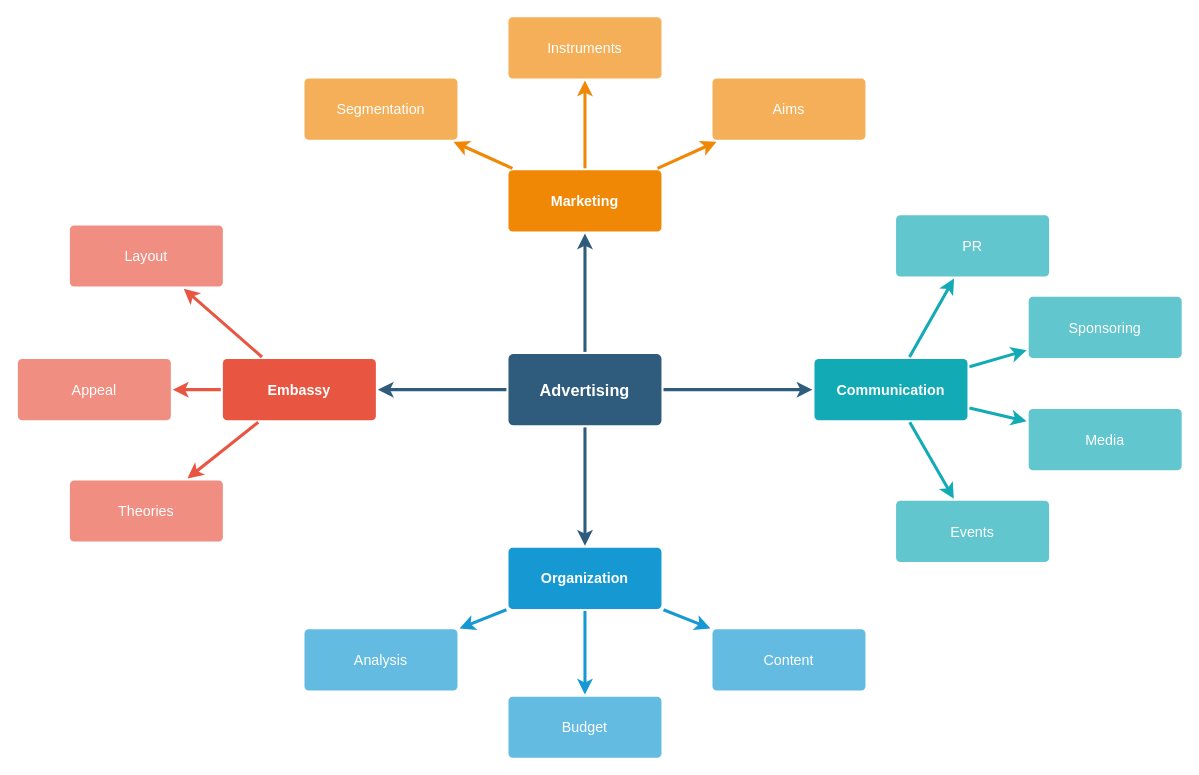
Above: Untitled Diagram.drawio in saiarun7/Cap_proj (draw.io), before the change. Source tidied: cells renumbered, new cells numbered last; positions are measured from the earlier drawing's top-left corner, leaving out a move shared by most shapes. Both pictures are drawn from the tidied source at 102%, with x=0, y=0 at pixel (17, 16).
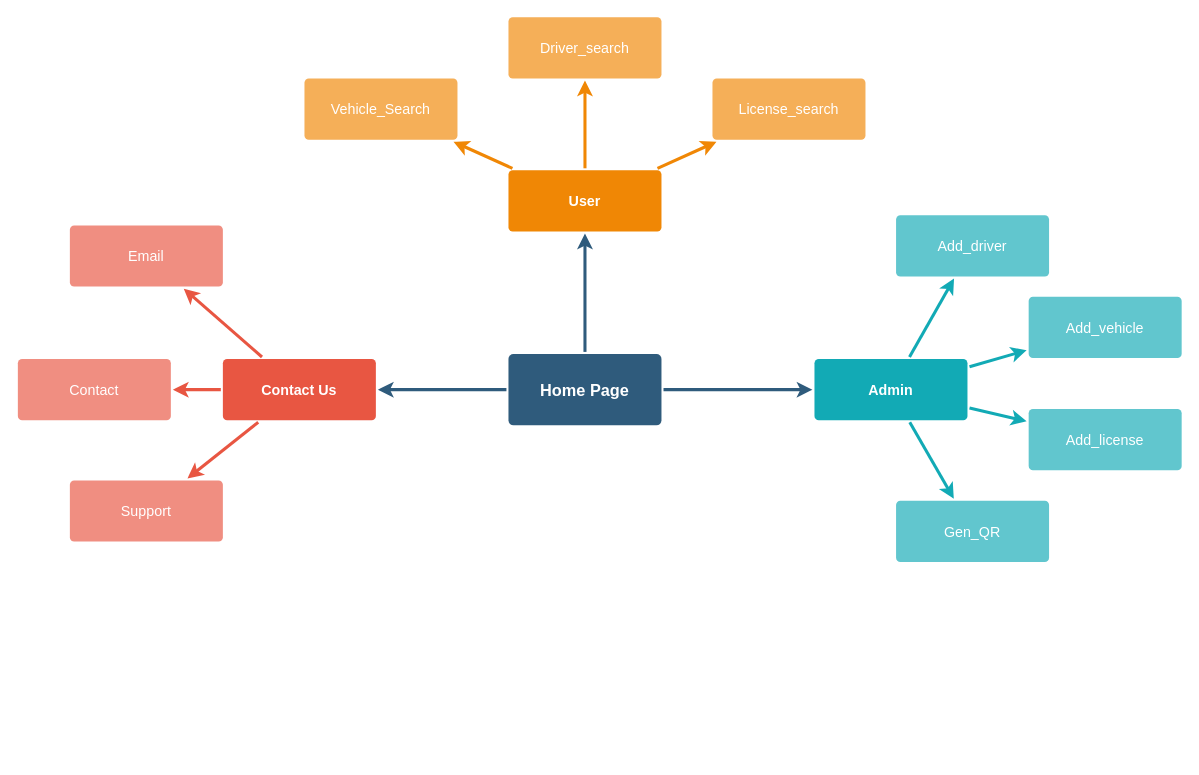
After the change.

The edit, as a diff of the source:
```diff
@@
-    <mxCell id="4" style="edgeStyle=none;rounded=0;jumpStyle=none;html=1;shadow=0;labelBackgroundColor=none;startArrow=none;startFill=0;endArrow=classic;endFill=1;jettySize=auto;strokeColor=#2F5B7C;strokeWidth=3;fontFamily=Helvetica;fontSize=16;fontColor=#23445D;spacing=5;" parent="1" edge="1" source="6" target="17">
-      <mxGeometry relative="1" as="geometry" />
-    </mxCell>
@@
-    <mxCell id="6" value="Advertising" style="rounded=1;whiteSpace=wrap;html=1;shadow=0;labelBackgroundColor=none;strokeColor=none;strokeWidth=3;fillColor=#2F5B7C;fontFamily=Helvetica;fontSize=16;fontColor=#FFFFFF;align=center;fontStyle=1;spacing=5;arcSize=7;perimeterSpacing=2;" parent="1" vertex="1">
+    <mxCell id="6" value="Home Page" style="rounded=1;whiteSpace=wrap;html=1;shadow=0;labelBackgroundColor=none;strokeColor=none;strokeWidth=3;fillColor=#2F5B7C;fontFamily=Helvetica;fontSize=16;fontColor=#FFFFFF;align=center;fontStyle=1;spacing=5;arcSize=7;perimeterSpacing=2;" parent="1" vertex="1">
       <mxGeometry x="481" y="330.5" width="150" height="70" as="geometry" />
     </mxCell>
@@
-    <mxCell id="10" value="Embassy" style="rounded=1;whiteSpace=wrap;html=1;shadow=0;labelBackgroundColor=none;strokeColor=none;strokeWidth=3;fillColor=#e85642;fontFamily=Helvetica;fontSize=14;fontColor=#FFFFFF;align=center;spacing=5;fontStyle=1;arcSize=7;perimeterSpacing=2;" parent="1" vertex="1">
+    <mxCell id="10" value="Contact Us" style="rounded=1;whiteSpace=wrap;html=1;shadow=0;labelBackgroundColor=none;strokeColor=none;strokeWidth=3;fillColor=#e85642;fontFamily=Helvetica;fontSize=14;fontColor=#FFFFFF;align=center;spacing=5;fontStyle=1;arcSize=7;perimeterSpacing=2;" parent="1" vertex="1">
       <mxGeometry x="201" y="335.5" width="150" height="60" as="geometry" />
     </mxCell>
-    <mxCell id="11" value="Theories" style="rounded=1;whiteSpace=wrap;html=1;shadow=0;labelBackgroundColor=none;strokeColor=none;strokeWidth=3;fillColor=#f08e81;fontFamily=Helvetica;fontSize=14;fontColor=#FFFFFF;align=center;spacing=5;fontStyle=0;arcSize=7;perimeterSpacing=2;" parent="1" vertex="1">
+    <mxCell id="11" value="Support" style="rounded=1;whiteSpace=wrap;html=1;shadow=0;labelBackgroundColor=none;strokeColor=none;strokeWidth=3;fillColor=#f08e81;fontFamily=Helvetica;fontSize=14;fontColor=#FFFFFF;align=center;spacing=5;fontStyle=0;arcSize=7;perimeterSpacing=2;" parent="1" vertex="1">
       <mxGeometry x="51" y="454.5" width="150" height="60" as="geometry" />
     </mxCell>
-    <mxCell id="12" value="Appeal" style="rounded=1;whiteSpace=wrap;html=1;shadow=0;labelBackgroundColor=none;strokeColor=none;strokeWidth=3;fillColor=#f08e81;fontFamily=Helvetica;fontSize=14;fontColor=#FFFFFF;align=center;spacing=5;fontStyle=0;arcSize=7;perimeterSpacing=2;" parent="1" vertex="1">
+    <mxCell id="12" value="Contact" style="rounded=1;whiteSpace=wrap;html=1;shadow=0;labelBackgroundColor=none;strokeColor=none;strokeWidth=3;fillColor=#f08e81;fontFamily=Helvetica;fontSize=14;fontColor=#FFFFFF;align=center;spacing=5;fontStyle=0;arcSize=7;perimeterSpacing=2;" parent="1" vertex="1">
       <mxGeometry y="335.5" width="150" height="60" as="geometry" />
     </mxCell>
-    <mxCell id="13" value="Layout" style="rounded=1;whiteSpace=wrap;html=1;shadow=0;labelBackgroundColor=none;strokeColor=none;strokeWidth=3;fillColor=#f08e81;fontFamily=Helvetica;fontSize=14;fontColor=#FFFFFF;align=center;spacing=5;fontStyle=0;arcSize=7;perimeterSpacing=2;" parent="1" vertex="1">
+    <mxCell id="13" value="Email" style="rounded=1;whiteSpace=wrap;html=1;shadow=0;labelBackgroundColor=none;strokeColor=none;strokeWidth=3;fillColor=#f08e81;fontFamily=Helvetica;fontSize=14;fontColor=#FFFFFF;align=center;spacing=5;fontStyle=0;arcSize=7;perimeterSpacing=2;" parent="1" vertex="1">
       <mxGeometry x="51" y="204.5" width="150" height="60" as="geometry" />
     </mxCell>
-    <mxCell id="14" style="edgeStyle=none;rounded=0;jumpStyle=none;html=1;shadow=0;labelBackgroundColor=none;startArrow=none;startFill=0;endArrow=classic;endFill=1;jettySize=auto;strokeColor=#1699D3;strokeWidth=3;fontFamily=Helvetica;fontSize=14;fontColor=#FFFFFF;spacing=5;" parent="1" edge="1" source="17" target="20">
-      <mxGeometry relative="1" as="geometry" />
-    </mxCell>
-    <mxCell id="15" style="edgeStyle=none;rounded=0;jumpStyle=none;html=1;shadow=0;labelBackgroundColor=none;startArrow=none;startFill=0;endArrow=classic;endFill=1;jettySize=auto;strokeColor=#1699D3;strokeWidth=3;fontFamily=Helvetica;fontSize=14;fontColor=#FFFFFF;spacing=5;" parent="1" edge="1" source="17" target="19">
-      <mxGeometry relative="1" as="geometry" />
-    </mxCell>
-    <mxCell id="16" style="edgeStyle=none;rounded=0;jumpStyle=none;html=1;shadow=0;labelBackgroundColor=none;startArrow=none;startFill=0;endArrow=classic;endFill=1;jettySize=auto;strokeColor=#1699D3;strokeWidth=3;fontFamily=Helvetica;fontSize=14;fontColor=#FFFFFF;spacing=5;" parent="1" edge="1" source="17" target="18">
-      <mxGeometry relative="1" as="geometry" />
-    </mxCell>
-    <mxCell id="17" value="Organization" style="rounded=1;whiteSpace=wrap;html=1;shadow=0;labelBackgroundColor=none;strokeColor=none;strokeWidth=3;fillColor=#1699d3;fontFamily=Helvetica;fontSize=14;fontColor=#FFFFFF;align=center;spacing=5;fontStyle=1;arcSize=7;perimeterSpacing=2;" parent="1" vertex="1">
-      <mxGeometry x="481" y="520.5" width="150" height="60" as="geometry" />
-    </mxCell>
-    <mxCell id="18" value="Content" style="rounded=1;whiteSpace=wrap;html=1;shadow=0;labelBackgroundColor=none;strokeColor=none;strokeWidth=3;fillColor=#64bbe2;fontFamily=Helvetica;fontSize=14;fontColor=#FFFFFF;align=center;spacing=5;arcSize=7;perimeterSpacing=2;" parent="1" vertex="1">
-      <mxGeometry x="681" y="600.5" width="150" height="60" as="geometry" />
-    </mxCell>
-    <mxCell id="19" value="Budget" style="rounded=1;whiteSpace=wrap;html=1;shadow=0;labelBackgroundColor=none;strokeColor=none;strokeWidth=3;fillColor=#64bbe2;fontFamily=Helvetica;fontSize=14;fontColor=#FFFFFF;align=center;spacing=5;arcSize=7;perimeterSpacing=2;" parent="1" vertex="1">
-      <mxGeometry x="481" y="666.5" width="150" height="60" as="geometry" />
-    </mxCell>
-    <mxCell id="20" value="Analysis" style="rounded=1;whiteSpace=wrap;html=1;shadow=0;labelBackgroundColor=none;strokeColor=none;strokeWidth=3;fillColor=#64bbe2;fontFamily=Helvetica;fontSize=14;fontColor=#FFFFFF;align=center;spacing=5;arcSize=7;perimeterSpacing=2;" parent="1" vertex="1">
-      <mxGeometry x="281" y="600.5" width="150" height="60" as="geometry" />
-    </mxCell>
-    <mxCell id="21" value="Marketing" style="rounded=1;whiteSpace=wrap;html=1;shadow=0;labelBackgroundColor=none;strokeColor=none;strokeWidth=3;fillColor=#F08705;fontFamily=Helvetica;fontSize=14;fontColor=#FFFFFF;align=center;spacing=5;fontStyle=1;arcSize=7;perimeterSpacing=2;" parent="1" vertex="1">
+    <mxCell id="21" value="User" style="rounded=1;whiteSpace=wrap;html=1;shadow=0;labelBackgroundColor=none;strokeColor=none;strokeWidth=3;fillColor=#F08705;fontFamily=Helvetica;fontSize=14;fontColor=#FFFFFF;align=center;spacing=5;fontStyle=1;arcSize=7;perimeterSpacing=2;" parent="1" vertex="1">
       <mxGeometry x="481" y="150.5" width="150" height="60" as="geometry" />
     </mxCell>
-    <mxCell id="22" value="Aims&lt;br&gt;" style="rounded=1;whiteSpace=wrap;html=1;shadow=0;labelBackgroundColor=none;strokeColor=none;strokeWidth=3;fillColor=#f5af58;fontFamily=Helvetica;fontSize=14;fontColor=#FFFFFF;align=center;spacing=5;arcSize=7;perimeterSpacing=2;" parent="1" vertex="1">
+    <mxCell id="22" value="License_search" style="rounded=1;whiteSpace=wrap;html=1;shadow=0;labelBackgroundColor=none;strokeColor=none;strokeWidth=3;fillColor=#f5af58;fontFamily=Helvetica;fontSize=14;fontColor=#FFFFFF;align=center;spacing=5;arcSize=7;perimeterSpacing=2;" parent="1" vertex="1">
       <mxGeometry x="681" y="60.5" width="150" height="60" as="geometry" />
     </mxCell>
@@
-    <mxCell id="24" value="Instruments" style="rounded=1;whiteSpace=wrap;html=1;shadow=0;labelBackgroundColor=none;strokeColor=none;strokeWidth=3;fillColor=#f5af58;fontFamily=Helvetica;fontSize=14;fontColor=#FFFFFF;align=center;spacing=5;arcSize=7;perimeterSpacing=2;" parent="1" vertex="1">
+    <mxCell id="24" value="Driver_search" style="rounded=1;whiteSpace=wrap;html=1;shadow=0;labelBackgroundColor=none;strokeColor=none;strokeWidth=3;fillColor=#f5af58;fontFamily=Helvetica;fontSize=14;fontColor=#FFFFFF;align=center;spacing=5;arcSize=7;perimeterSpacing=2;" parent="1" vertex="1">
       <mxGeometry x="481" y="0.5" width="150" height="60" as="geometry" />
     </mxCell>
@@
-    <mxCell id="26" value="Segmentation" style="rounded=1;whiteSpace=wrap;html=1;shadow=0;labelBackgroundColor=none;strokeColor=none;strokeWidth=3;fillColor=#f5af58;fontFamily=Helvetica;fontSize=14;fontColor=#FFFFFF;align=center;spacing=5;arcSize=7;perimeterSpacing=2;" parent="1" vertex="1">
+    <mxCell id="26" value="Vehicle_Search" style="rounded=1;whiteSpace=wrap;html=1;shadow=0;labelBackgroundColor=none;strokeColor=none;strokeWidth=3;fillColor=#f5af58;fontFamily=Helvetica;fontSize=14;fontColor=#FFFFFF;align=center;spacing=5;arcSize=7;perimeterSpacing=2;" parent="1" vertex="1">
       <mxGeometry x="281" y="60.5" width="150" height="60" as="geometry" />
     </mxCell>
@@
-    <mxCell id="28" value="Communication" style="rounded=1;whiteSpace=wrap;html=1;shadow=0;labelBackgroundColor=none;strokeColor=none;strokeWidth=3;fillColor=#12aab5;fontFamily=Helvetica;fontSize=14;fontColor=#FFFFFF;align=center;spacing=5;fontStyle=1;arcSize=7;perimeterSpacing=2;" parent="1" vertex="1">
+    <mxCell id="28" value="Admin" style="rounded=1;whiteSpace=wrap;html=1;shadow=0;labelBackgroundColor=none;strokeColor=none;strokeWidth=3;fillColor=#12aab5;fontFamily=Helvetica;fontSize=14;fontColor=#FFFFFF;align=center;spacing=5;fontStyle=1;arcSize=7;perimeterSpacing=2;" parent="1" vertex="1">
       <mxGeometry x="781" y="335.5" width="150" height="60" as="geometry" />
     </mxCell>
-    <mxCell id="29" value="Events" style="rounded=1;whiteSpace=wrap;html=1;shadow=0;labelBackgroundColor=none;strokeColor=none;strokeWidth=3;fillColor=#61c6ce;fontFamily=Helvetica;fontSize=14;fontColor=#FFFFFF;align=center;spacing=5;fontStyle=0;arcSize=7;perimeterSpacing=2;" parent="1" vertex="1">
+    <mxCell id="29" value="Gen_QR" style="rounded=1;whiteSpace=wrap;html=1;shadow=0;labelBackgroundColor=none;strokeColor=none;strokeWidth=3;fillColor=#61c6ce;fontFamily=Helvetica;fontSize=14;fontColor=#FFFFFF;align=center;spacing=5;fontStyle=0;arcSize=7;perimeterSpacing=2;" parent="1" vertex="1">
       <mxGeometry x="861" y="474.5" width="150" height="60" as="geometry" />
     </mxCell>
@@
-    <mxCell id="31" value="Media" style="rounded=1;whiteSpace=wrap;html=1;shadow=0;labelBackgroundColor=none;strokeColor=none;strokeWidth=3;fillColor=#61c6ce;fontFamily=Helvetica;fontSize=14;fontColor=#FFFFFF;align=center;spacing=5;fontStyle=0;arcSize=7;perimeterSpacing=2;" parent="1" vertex="1">
+    <mxCell id="31" value="Add_license" style="rounded=1;whiteSpace=wrap;html=1;shadow=0;labelBackgroundColor=none;strokeColor=none;strokeWidth=3;fillColor=#61c6ce;fontFamily=Helvetica;fontSize=14;fontColor=#FFFFFF;align=center;spacing=5;fontStyle=0;arcSize=7;perimeterSpacing=2;" parent="1" vertex="1">
       <mxGeometry x="991" y="384.5" width="150" height="60" as="geometry" />
     </mxCell>
@@
-    <mxCell id="33" value="Sponsoring" style="rounded=1;whiteSpace=wrap;html=1;shadow=0;labelBackgroundColor=none;strokeColor=none;strokeWidth=3;fillColor=#61c6ce;fontFamily=Helvetica;fontSize=14;fontColor=#FFFFFF;align=center;spacing=5;fontStyle=0;arcSize=7;perimeterSpacing=2;" parent="1" vertex="1">
+    <mxCell id="33" value="Add_vehicle" style="rounded=1;whiteSpace=wrap;html=1;shadow=0;labelBackgroundColor=none;strokeColor=none;strokeWidth=3;fillColor=#61c6ce;fontFamily=Helvetica;fontSize=14;fontColor=#FFFFFF;align=center;spacing=5;fontStyle=0;arcSize=7;perimeterSpacing=2;" parent="1" vertex="1">
       <mxGeometry x="991" y="274.5" width="150" height="60" as="geometry" />
     </mxCell>
@@
-    <mxCell id="35" value="PR" style="rounded=1;whiteSpace=wrap;html=1;shadow=0;labelBackgroundColor=none;strokeColor=none;strokeWidth=3;fillColor=#61c6ce;fontFamily=Helvetica;fontSize=14;fontColor=#FFFFFF;align=center;spacing=5;fontStyle=0;arcSize=7;perimeterSpacing=2;" parent="1" vertex="1">
+    <mxCell id="35" value="Add_driver" style="rounded=1;whiteSpace=wrap;html=1;shadow=0;labelBackgroundColor=none;strokeColor=none;strokeWidth=3;fillColor=#61c6ce;fontFamily=Helvetica;fontSize=14;fontColor=#FFFFFF;align=center;spacing=5;fontStyle=0;arcSize=7;perimeterSpacing=2;" parent="1" vertex="1">
       <mxGeometry x="861" y="194.5" width="150" height="60" as="geometry" />
     </mxCell>
```
